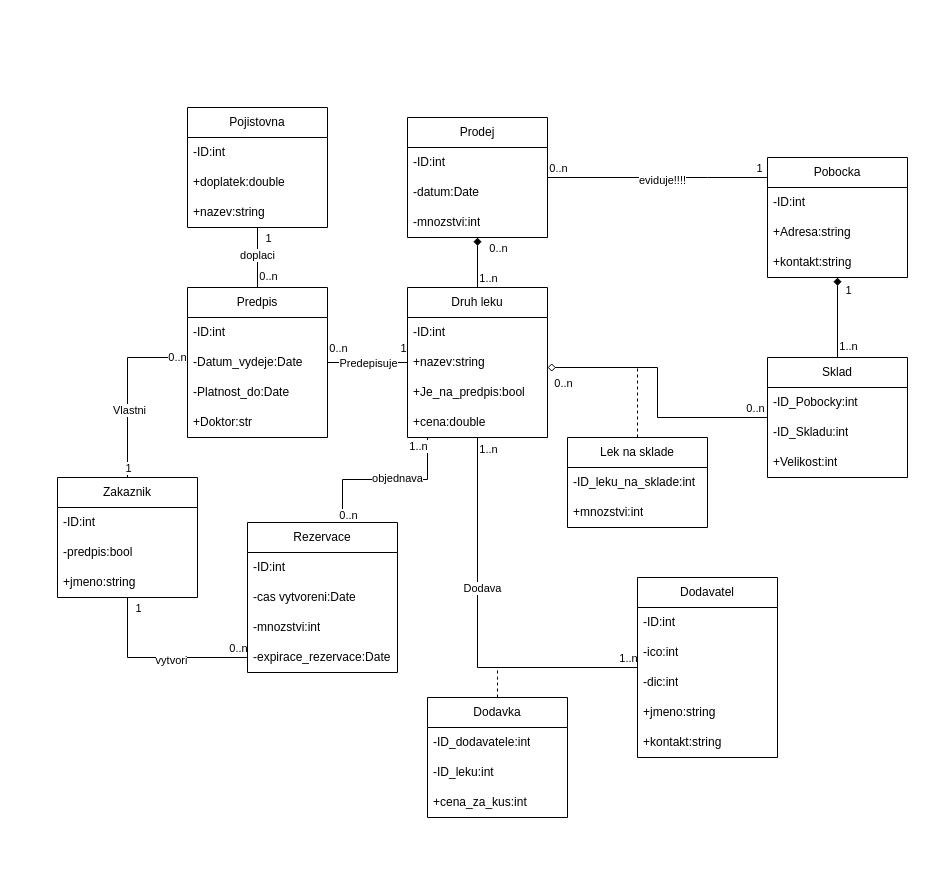
This is IUS projekt diagram trid.drawio from tada66/IUS-projekt, a draw.io file, before an edit. Source tidied: cells renumbered, new cells numbered last; positions are measured from the earlier drawing's top-left corner, leaving out a move shared by most shapes. Both pictures are drawn from the tidied source at 100%, with x=0, y=0 at pixel (57, 107).
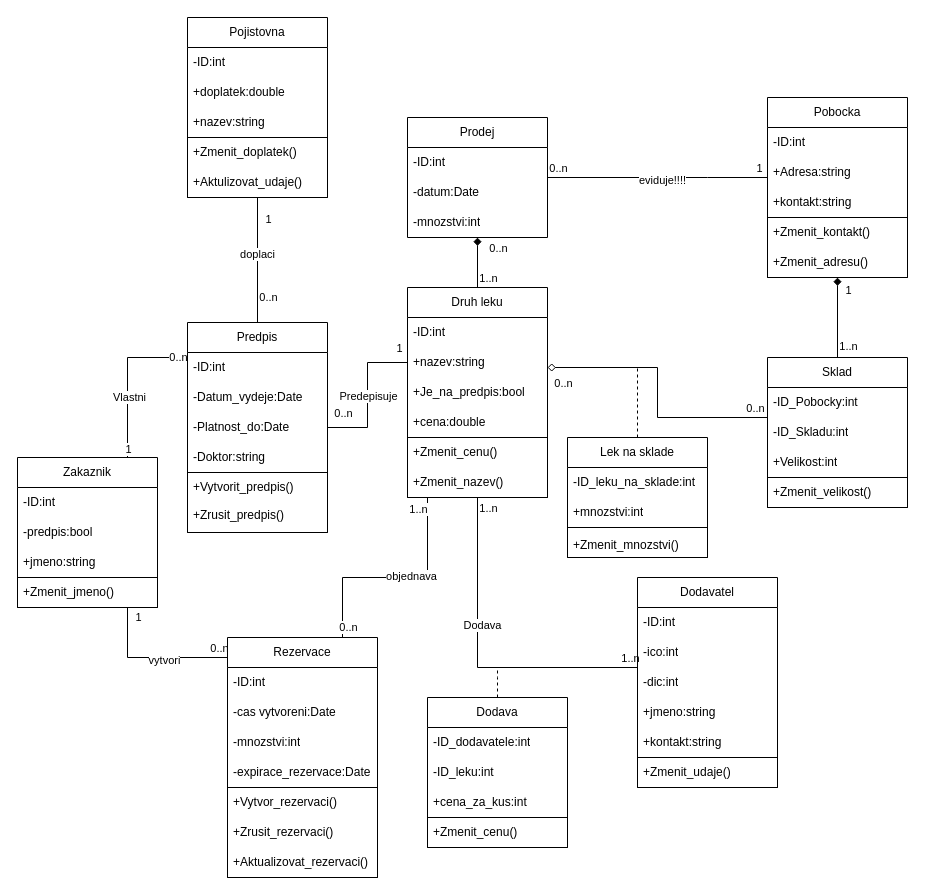
The same page after the edit.

The edit, as a diff of the source:
```diff
@@
     <mxCell id="5" value="Druh leku" style="swimlane;fontStyle=0;horizontal=1;startSize=30;whiteSpace=wrap;html=1;" parent="1" vertex="1">
-      <mxGeometry x="350" y="180" width="140" height="150" as="geometry" />
+      <mxGeometry x="350" y="180" width="140" height="210" as="geometry" />
     </mxCell>
@@
+    <mxCell id="89" style="swimlane;startSize=0;" parent="5" vertex="1">
+      <mxGeometry y="150" width="140" height="60" as="geometry" />
+    </mxCell>
+    <mxCell id="90" value="+Zmenit_cenu()" style="text;strokeColor=none;fillColor=none;align=left;verticalAlign=middle;spacingLeft=4;spacingRight=4;overflow=hidden;whiteSpace=wrap;html=1;" parent="89" vertex="1">
+      <mxGeometry width="140" height="30" as="geometry" />
+    </mxCell>
+    <mxCell id="91" value="+Zmenit_nazev()" style="text;strokeColor=none;fillColor=none;align=left;verticalAlign=middle;spacingLeft=4;spacingRight=4;overflow=hidden;whiteSpace=wrap;html=1;" parent="89" vertex="1">
+      <mxGeometry y="30" width="140" height="30" as="geometry" />
+    </mxCell>
@@
     <mxCell id="14" value="Pobocka" style="swimlane;fontStyle=0;horizontal=1;startSize=30;whiteSpace=wrap;html=1;" parent="1" vertex="1">
-      <mxGeometry x="710" y="50" width="140" height="120" as="geometry" />
+      <mxGeometry x="710" y="-10" width="140" height="180" as="geometry" />
     </mxCell>
@@
+    <mxCell id="92" style="swimlane;startSize=0;" parent="14" vertex="1">
+      <mxGeometry y="120" width="140" height="60" as="geometry" />
+    </mxCell>
+    <mxCell id="93" value="+Zmenit_kontakt()" style="text;strokeColor=none;fillColor=none;align=left;verticalAlign=middle;spacingLeft=4;spacingRight=4;overflow=hidden;whiteSpace=wrap;html=1;" parent="92" vertex="1">
+      <mxGeometry width="140" height="30" as="geometry" />
+    </mxCell>
+    <mxCell id="94" value="+Zmenit_adresu()" style="text;strokeColor=none;fillColor=none;align=left;verticalAlign=middle;spacingLeft=4;spacingRight=4;overflow=hidden;whiteSpace=wrap;html=1;" parent="92" vertex="1">
+      <mxGeometry y="30" width="140" height="30" as="geometry" />
+    </mxCell>
@@
     <mxCell id="24" value="Sklad" style="swimlane;fontStyle=0;horizontal=1;startSize=30;whiteSpace=wrap;html=1;" parent="1" vertex="1">
-      <mxGeometry x="710" y="250" width="140" height="120" as="geometry" />
+      <mxGeometry x="710" y="250" width="140" height="150" as="geometry" />
     </mxCell>
@@
+    <mxCell id="95" style="swimlane;startSize=0;" parent="24" vertex="1">
+      <mxGeometry y="120" width="140" height="30" as="geometry" />
+    </mxCell>
+    <mxCell id="96" value="+Zmenit_velikost()" style="text;strokeColor=none;fillColor=none;align=left;verticalAlign=middle;spacingLeft=4;spacingRight=4;overflow=hidden;whiteSpace=wrap;html=1;" parent="95" vertex="1">
+      <mxGeometry width="140" height="30" as="geometry" />
+    </mxCell>
     <mxCell id="28" style="edgeStyle=orthogonalEdgeStyle;rounded=0;jettySize=auto;html=1;endArrow=none;endFill=0;" parent="1" edge="1" source="32" target="5">
-      <mxGeometry relative="1" as="geometry" />
+      <mxGeometry relative="1" as="geometry">
+        <Array as="points">
+          <mxPoint x="420" y="560" />
+        </Array>
+      </mxGeometry>
     </mxCell>
@@
     <mxCell id="32" value="Dodavatel" style="swimlane;fontStyle=0;horizontal=1;startSize=30;whiteSpace=wrap;html=1;" parent="1" vertex="1">
-      <mxGeometry x="580" y="470" width="140" height="180" as="geometry" />
+      <mxGeometry x="580" y="470" width="140" height="210" as="geometry" />
     </mxCell>
@@
+    <mxCell id="97" style="swimlane;startSize=0;" parent="32" vertex="1">
+      <mxGeometry y="180" width="140" height="30" as="geometry" />
+    </mxCell>
+    <mxCell id="98" value="+Zmenit_udaje()" style="text;strokeColor=none;fillColor=none;align=left;verticalAlign=middle;spacingLeft=4;spacingRight=4;overflow=hidden;whiteSpace=wrap;html=1;" parent="97" vertex="1">
+      <mxGeometry width="140" height="30" as="geometry" />
+    </mxCell>
@@
     <mxCell id="42" value="Pojistovna" style="swimlane;fontStyle=0;horizontal=1;startSize=30;whiteSpace=wrap;html=1;" parent="1" vertex="1">
-      <mxGeometry x="130" width="140" height="120" as="geometry" />
+      <mxGeometry x="130" y="-90" width="140" height="180" as="geometry" />
     </mxCell>
@@
+    <mxCell id="99" style="swimlane;startSize=0;" parent="42" vertex="1">
+      <mxGeometry y="120" width="140" height="60" as="geometry" />
+    </mxCell>
+    <mxCell id="100" value="+Zmenit_doplatek()" style="text;strokeColor=none;fillColor=none;align=left;verticalAlign=middle;spacingLeft=4;spacingRight=4;overflow=hidden;whiteSpace=wrap;html=1;" parent="99" vertex="1">
+      <mxGeometry width="140" height="30" as="geometry" />
+    </mxCell>
+    <mxCell id="101" value="+Aktulizovat_udaje()" style="text;strokeColor=none;fillColor=none;align=left;verticalAlign=middle;spacingLeft=4;spacingRight=4;overflow=hidden;whiteSpace=wrap;html=1;" parent="99" vertex="1">
+      <mxGeometry y="30" width="140" height="30" as="geometry" />
+    </mxCell>
@@
     <mxCell id="54" value="Zakaznik" style="swimlane;fontStyle=0;horizontal=1;startSize=30;whiteSpace=wrap;html=1;" parent="1" vertex="1">
-      <mxGeometry y="370" width="140" height="120" as="geometry" />
+      <mxGeometry x="-40" y="350" width="140" height="150" as="geometry" />
     </mxCell>
@@
+    <mxCell id="102" style="swimlane;startSize=0;" parent="54" vertex="1">
+      <mxGeometry y="120" width="140" height="30" as="geometry" />
+    </mxCell>
+    <mxCell id="103" value="+Zmenit_jmeno()" style="text;strokeColor=none;fillColor=none;align=left;verticalAlign=middle;spacingLeft=4;spacingRight=4;overflow=hidden;whiteSpace=wrap;html=1;" parent="102" vertex="1">
+      <mxGeometry width="140" height="30" as="geometry" />
+    </mxCell>
@@
     <mxCell id="62" style="edgeStyle=orthogonalEdgeStyle;rounded=0;jettySize=auto;html=1;endArrow=none;endFill=0;" parent="1" edge="1" source="66" target="5">
       <mxGeometry relative="1" as="geometry">
         <Array as="points">
-          <mxPoint x="285" y="372" />
-          <mxPoint x="370" y="372" />
+          <mxPoint x="285" y="470" />
+          <mxPoint x="370" y="470" />
         </Array>
       </mxGeometry>
     </mxCell>
@@
     <mxCell id="66" value="Rezervace" style="swimlane;fontStyle=0;horizontal=1;startSize=30;whiteSpace=wrap;html=1;" parent="1" vertex="1">
-      <mxGeometry x="190" y="415" width="150" height="150" as="geometry" />
+      <mxGeometry x="170" y="530" width="150" height="240" as="geometry" />
     </mxCell>
@@
+    <mxCell id="104" style="swimlane;startSize=0;" parent="66" vertex="1">
+      <mxGeometry y="150" width="150" height="90" as="geometry" />
+    </mxCell>
+    <mxCell id="105" value="+Vytvor_rezervaci()" style="text;strokeColor=none;fillColor=none;align=left;verticalAlign=middle;spacingLeft=4;spacingRight=4;overflow=hidden;whiteSpace=wrap;html=1;" parent="104" vertex="1">
+      <mxGeometry width="150" height="30" as="geometry" />
+    </mxCell>
+    <mxCell id="106" value="+Zrusit_rezervaci()" style="text;strokeColor=none;fillColor=none;align=left;verticalAlign=middle;spacingLeft=4;spacingRight=4;overflow=hidden;whiteSpace=wrap;html=1;" parent="104" vertex="1">
+      <mxGeometry y="30" width="150" height="30" as="geometry" />
+    </mxCell>
+    <mxCell id="107" value="+Aktualizovat_rezervaci()" style="text;strokeColor=none;fillColor=none;align=left;verticalAlign=middle;spacingLeft=4;spacingRight=4;overflow=hidden;whiteSpace=wrap;html=1;" parent="104" vertex="1">
+      <mxGeometry y="60" width="150" height="30" as="geometry" />
+    </mxCell>
@@
     <mxCell id="75" value="Predpis" style="swimlane;fontStyle=0;horizontal=1;startSize=30;whiteSpace=wrap;html=1;" parent="1" vertex="1">
-      <mxGeometry x="130" y="180" width="140" height="150" as="geometry" />
+      <mxGeometry x="130" y="215" width="140" height="210" as="geometry" />
     </mxCell>
@@
-    <mxCell id="79" value="+Doktor:str" style="text;strokeColor=none;fillColor=none;align=left;verticalAlign=middle;spacingLeft=4;spacingRight=4;overflow=hidden;whiteSpace=wrap;html=1;" parent="75" vertex="1">
+    <mxCell id="79" value="-Doktor:string" style="text;strokeColor=none;fillColor=none;align=left;verticalAlign=middle;spacingLeft=4;spacingRight=4;overflow=hidden;whiteSpace=wrap;html=1;" parent="75" vertex="1">
       <mxGeometry y="120" width="140" height="30" as="geometry" />
     </mxCell>
+    <mxCell id="108" style="swimlane;startSize=0;" parent="75" vertex="1">
+      <mxGeometry y="150" width="140" height="60" as="geometry" />
+    </mxCell>
+    <mxCell id="109" value="+Vytvorit_predpis()" style="text;strokeColor=none;fillColor=none;align=left;verticalAlign=middle;spacingLeft=4;spacingRight=4;overflow=hidden;whiteSpace=wrap;html=1;" parent="108" vertex="1">
+      <mxGeometry width="140" height="30" as="geometry" />
+    </mxCell>
+    <mxCell id="110" value="+Zrusit_predpis()" style="text;strokeColor=none;fillColor=none;align=left;verticalAlign=middle;spacingLeft=4;spacingRight=4;overflow=hidden;whiteSpace=wrap;html=1;" parent="108" vertex="1">
+      <mxGeometry y="27.5" width="140" height="30" as="geometry" />
+    </mxCell>
@@
     <mxCell id="81" value="Lek na sklade" style="swimlane;fontStyle=0;horizontal=1;startSize=30;whiteSpace=wrap;html=1;" parent="1" vertex="1">
-      <mxGeometry x="510" y="330" width="140" height="90" as="geometry" />
+      <mxGeometry x="510" y="330" width="140" height="120" as="geometry" />
     </mxCell>
@@
+    <mxCell id="111" style="swimlane;startSize=0;" parent="81" vertex="1">
+      <mxGeometry y="90" width="140" height="30" as="geometry" />
+    </mxCell>
+    <mxCell id="112" value="+Zmenit_mnozstvi()" style="text;strokeColor=none;fillColor=none;align=left;verticalAlign=middle;spacingLeft=4;spacingRight=4;overflow=hidden;whiteSpace=wrap;html=1;" parent="111" vertex="1">
+      <mxGeometry y="2.5" width="140" height="30" as="geometry" />
+    </mxCell>
@@
-    <mxCell id="85" value="Dodavka" style="swimlane;fontStyle=0;horizontal=1;startSize=30;whiteSpace=wrap;html=1;" parent="1" vertex="1">
-      <mxGeometry x="370" y="590" width="140" height="120" as="geometry" />
+    <mxCell id="85" value="Dodava" style="swimlane;fontStyle=0;horizontal=1;startSize=30;whiteSpace=wrap;html=1;" parent="1" vertex="1">
+      <mxGeometry x="370" y="590" width="140" height="150" as="geometry" />
     </mxCell>
@@
+    <mxCell id="113" style="swimlane;startSize=0;" parent="85" vertex="1">
+      <mxGeometry y="120" width="140" height="30" as="geometry" />
+    </mxCell>
+    <mxCell id="114" value="+Zmenit_cenu()" style="text;strokeColor=none;fillColor=none;align=left;verticalAlign=middle;spacingLeft=4;spacingRight=4;overflow=hidden;whiteSpace=wrap;html=1;" parent="113" vertex="1">
+      <mxGeometry width="140" height="30" as="geometry" />
+    </mxCell>
```
